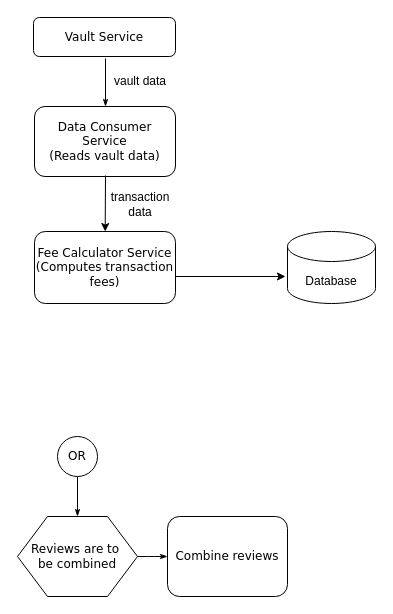
Above: Architecture Design/Vault Fees Orchestration Design.drawio in qmafake/VaultFeesOrchestration (draw.io), before the change. Source tidied: cells renumbered, new cells numbered last; positions are measured from the earlier drawing's top-left corner, leaving out a move shared by most shapes. Both pictures are drawn from the tidied source at 100%, with x=0, y=0 at pixel (17, 17).
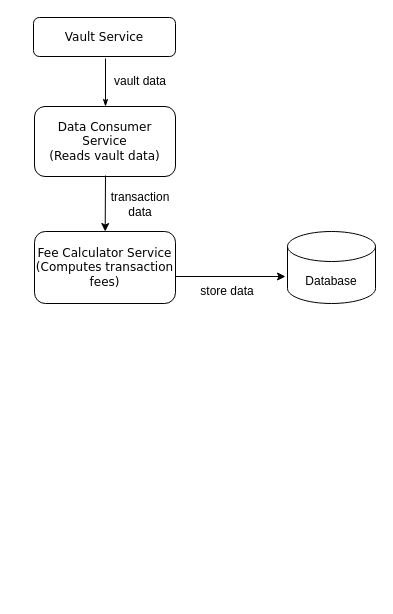
The same diagram, later.

The edit, as a diff of the source:
```diff
@@
-    <mxCell id="5" style="edgeStyle=orthogonalEdgeStyle;rounded=1;html=1;labelBackgroundColor=none;startArrow=none;startFill=0;startSize=5;endArrow=classicThin;endFill=1;endSize=5;jettySize=auto;strokeWidth=1;fontFamily=Verdana;fontSize=8;" parent="1" edge="1" source="6" target="8">
-      <mxGeometry relative="1" as="geometry" />
-    </mxCell>
-    <mxCell id="6" value="OR" style="ellipse;whiteSpace=wrap;html=1;rounded=1;shadow=0;labelBackgroundColor=none;strokeWidth=1;fontFamily=Verdana;fontSize=12;align=center;" parent="1" vertex="1">
-      <mxGeometry x="40" y="419" width="40" height="40" as="geometry" />
-    </mxCell>
-    <mxCell id="7" style="edgeStyle=orthogonalEdgeStyle;rounded=1;html=1;labelBackgroundColor=none;startArrow=none;startFill=0;startSize=5;endArrow=classicThin;endFill=1;endSize=5;jettySize=auto;strokeWidth=1;fontFamily=Verdana;fontSize=8;" parent="1" edge="1" source="8" target="9">
-      <mxGeometry relative="1" as="geometry" />
-    </mxCell>
-    <mxCell id="8" value="Reviews are to&amp;nbsp;&lt;div&gt;be combined&lt;/div&gt;" style="shape=hexagon;perimeter=hexagonPerimeter;whiteSpace=wrap;html=1;rounded=0;shadow=0;labelBackgroundColor=none;strokeWidth=1;fontFamily=Verdana;fontSize=12;align=center;" parent="1" vertex="1">
-      <mxGeometry y="499" width="120" height="80" as="geometry" />
-    </mxCell>
-    <mxCell id="9" value="Combine reviews" style="rounded=1;whiteSpace=wrap;html=1;shadow=0;labelBackgroundColor=none;strokeWidth=1;fontFamily=Verdana;fontSize=12;align=center;" parent="1" vertex="1">
-      <mxGeometry x="150" y="499" width="120" height="80" as="geometry" />
-    </mxCell>
@@
+    <mxCell id="18" value="store data&lt;div&gt;&lt;br&gt;&lt;/div&gt;" style="text;html=1;align=center;verticalAlign=middle;whiteSpace=wrap;rounded=0;" parent="1" vertex="1">
+      <mxGeometry x="180" y="266" width="60" height="30" as="geometry" />
+    </mxCell>
```
